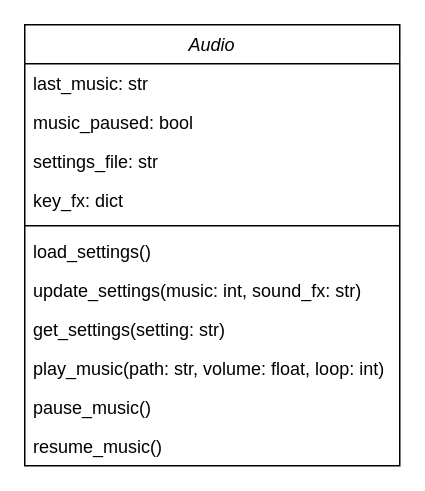
The draw.io diagram diagrams/classes/audioClass.drawio in Bxnetic/wahtype, before the edit. Source tidied: cells renumbered, new cells numbered last; positions are measured from the earlier drawing's top-left corner, leaving out a move shared by most shapes. Both pictures are drawn from the tidied source at 150%, with x=0, y=0 at pixel (24, 24).
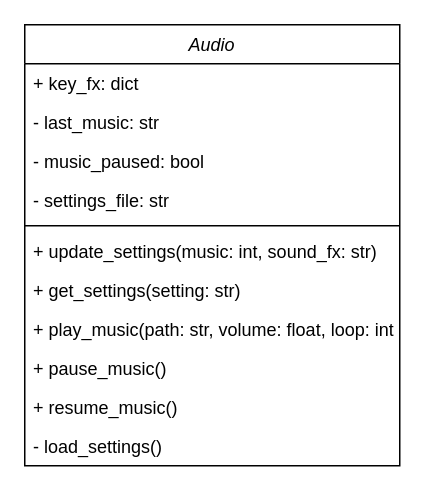
The same page after the edit.

What changed in the source:
```diff
@@
 <mxGraphModel>
   <root>
     <mxCell id="0" />
     <mxCell id="1" parent="0" />
     <mxCell id="2" value="Audio" style="swimlane;fontStyle=2;align=center;verticalAlign=top;horizontal=1;startSize=26;rounded=0;shadow=0;strokeWidth=1;" parent="1" vertex="1">
       <mxGeometry width="250" height="294" as="geometry" />
     </mxCell>
+    <mxCell id="6" value="+ key_fx: dict" style="text;align=left;verticalAlign=top;spacingLeft=4;spacingRight=4;overflow=hidden;rounded=0;shadow=0;html=0;" parent="2" vertex="1">
+      <mxGeometry y="26" width="250" height="26" as="geometry" />
+    </mxCell>
-    <mxCell id="3" value="last_music: str" style="text;align=left;verticalAlign=top;spacingLeft=4;spacingRight=4;overflow=hidden;" parent="2" vertex="1">
-      <mxGeometry y="26" width="250" height="26" as="geometry" />
+    <mxCell id="3" value="- last_music: str" style="text;align=left;verticalAlign=top;spacingLeft=4;spacingRight=4;overflow=hidden;" parent="2" vertex="1">
+      <mxGeometry y="52" width="250" height="26" as="geometry" />
     </mxCell>
-    <mxCell id="4" value="music_paused: bool" style="text;align=left;verticalAlign=top;spacingLeft=4;spacingRight=4;overflow=hidden;rounded=0;shadow=0;html=0;" parent="2" vertex="1">
-      <mxGeometry y="52" width="250" height="26" as="geometry" />
+    <mxCell id="4" value="- music_paused: bool" style="text;align=left;verticalAlign=top;spacingLeft=4;spacingRight=4;overflow=hidden;rounded=0;shadow=0;html=0;" parent="2" vertex="1">
+      <mxGeometry y="78" width="250" height="26" as="geometry" />
     </mxCell>
-    <mxCell id="5" value="settings_file: str" style="text;align=left;verticalAlign=top;spacingLeft=4;spacingRight=4;overflow=hidden;rounded=0;shadow=0;html=0;" parent="2" vertex="1">
-      <mxGeometry y="78" width="250" height="26" as="geometry" />
+    <mxCell id="5" value="- settings_file: str" style="text;align=left;verticalAlign=top;spacingLeft=4;spacingRight=4;overflow=hidden;rounded=0;shadow=0;html=0;" parent="2" vertex="1">
+      <mxGeometry y="104" width="250" height="26" as="geometry" />
     </mxCell>
-    <mxCell id="6" value="key_fx: dict" style="text;align=left;verticalAlign=top;spacingLeft=4;spacingRight=4;overflow=hidden;rounded=0;shadow=0;html=0;" parent="2" vertex="1">
-      <mxGeometry y="104" width="250" height="26" as="geometry" />
-    </mxCell>
     <mxCell id="7" style="line;html=1;strokeWidth=1;align=left;verticalAlign=middle;spacingTop=-1;spacingLeft=3;spacingRight=3;labelPosition=right;" parent="2" vertex="1">
       <mxGeometry y="130" width="250" height="8" as="geometry" />
     </mxCell>
-    <mxCell id="8" value="load_settings()" style="text;align=left;verticalAlign=top;spacingLeft=4;spacingRight=4;overflow=hidden;" parent="2" vertex="1">
-      <mxGeometry y="138" width="250" height="26" as="geometry" />
-    </mxCell>
-    <mxCell id="9" value="update_settings(music: int, sound_fx: str)" style="text;align=left;verticalAlign=top;spacingLeft=4;spacingRight=4;overflow=hidden;" parent="2" vertex="1">
-      <mxGeometry y="164" width="250" height="26" as="geometry" />
+    <mxCell id="9" value="+ update_settings(music: int, sound_fx: str)" style="text;align=left;verticalAlign=top;spacingLeft=4;spacingRight=4;overflow=hidden;" parent="2" vertex="1">
+      <mxGeometry y="138" width="250" height="26" as="geometry" />
     </mxCell>
-    <mxCell id="10" value="get_settings(setting: str)" style="text;align=left;verticalAlign=top;spacingLeft=4;spacingRight=4;overflow=hidden;" parent="2" vertex="1">
-      <mxGeometry y="190" width="250" height="26" as="geometry" />
+    <mxCell id="10" value="+ get_settings(setting: str)" style="text;align=left;verticalAlign=top;spacingLeft=4;spacingRight=4;overflow=hidden;" parent="2" vertex="1">
+      <mxGeometry y="164" width="250" height="26" as="geometry" />
     </mxCell>
-    <mxCell id="11" value="play_music(path: str, volume: float, loop: int)" style="text;align=left;verticalAlign=top;spacingLeft=4;spacingRight=4;overflow=hidden;" parent="2" vertex="1">
-      <mxGeometry y="216" width="250" height="26" as="geometry" />
+    <mxCell id="11" value="+ play_music(path: str, volume: float, loop: int)" style="text;align=left;verticalAlign=top;spacingLeft=4;spacingRight=4;overflow=hidden;" parent="2" vertex="1">
+      <mxGeometry y="190" width="250" height="26" as="geometry" />
     </mxCell>
-    <mxCell id="12" value="pause_music()" style="text;align=left;verticalAlign=top;spacingLeft=4;spacingRight=4;overflow=hidden;" parent="2" vertex="1">
-      <mxGeometry y="242" width="250" height="26" as="geometry" />
+    <mxCell id="12" value="+ pause_music()" style="text;align=left;verticalAlign=top;spacingLeft=4;spacingRight=4;overflow=hidden;" parent="2" vertex="1">
+      <mxGeometry y="216" width="250" height="26" as="geometry" />
     </mxCell>
-    <mxCell id="13" value="resume_music()" style="text;align=left;verticalAlign=top;spacingLeft=4;spacingRight=4;overflow=hidden;" parent="2" vertex="1">
-      <mxGeometry y="268" width="250" height="26" as="geometry" />
+    <mxCell id="13" value="+ resume_music()" style="text;align=left;verticalAlign=top;spacingLeft=4;spacingRight=4;overflow=hidden;" parent="2" vertex="1">
+      <mxGeometry y="242" width="250" height="26" as="geometry" />
     </mxCell>
+    <mxCell id="8" value="- load_settings()" style="text;align=left;verticalAlign=top;spacingLeft=4;spacingRight=4;overflow=hidden;" parent="2" vertex="1">
+      <mxGeometry y="268" width="250" height="26" as="geometry" />
+    </mxCell>
   </root>
 </mxGraphModel>
```
